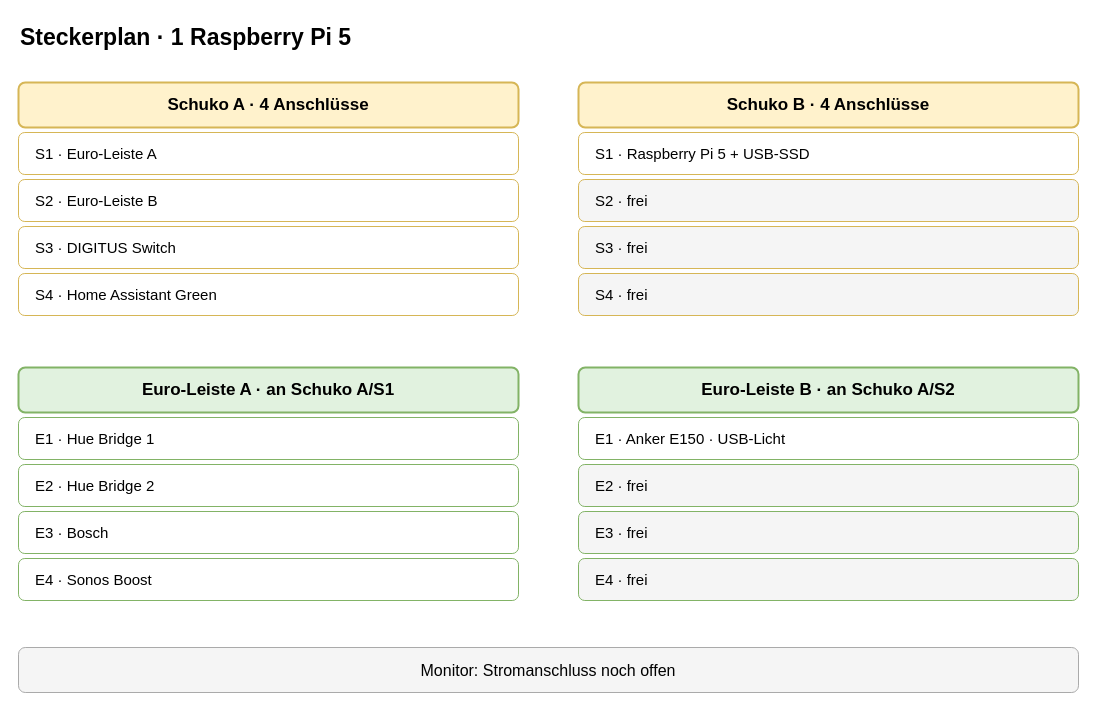
The draw.io diagram page "Steckerplan" (8 of 8) of 10-zoll-rack-planung.drawio in tiptronic/diagrams, before the edit. Source tidied: cells renumbered, new cells numbered last; positions are measured from the earlier drawing's top-left corner, leaving out a move shared by most shapes. Both pictures are drawn from the tidied source at 100%, with x=0, y=0 at pixel (18, 17).
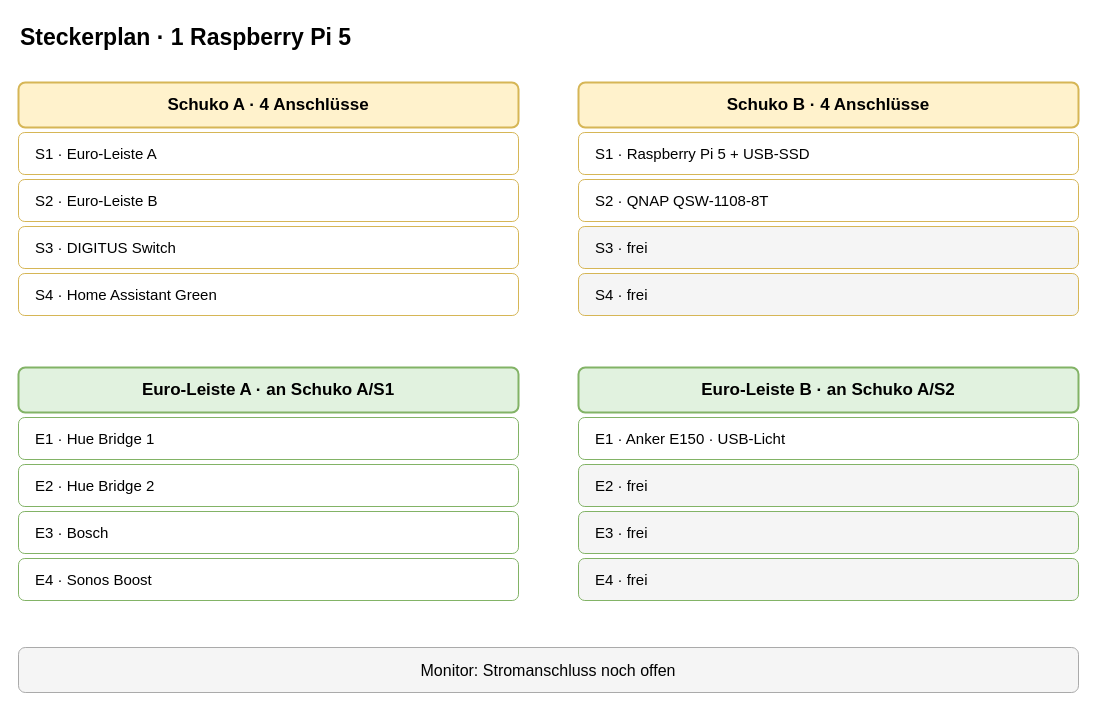
The same page after the edit.

Commit message (it also covers changes not shown here):
Add QNAP switch rack variant

Change to the diagram source:
```diff
@@
-    <mxCell id="10" value="S2 · frei" style="rounded=1;whiteSpace=wrap;html=1;align=left;spacingLeft=15;verticalAlign=middle;strokeWidth=1;fontSize=15;fillColor=#f5f5f5;strokeColor=#d6b656;" parent="1" vertex="1">
+    <mxCell id="10" value="S2 · QNAP QSW-1108-8T" style="rounded=1;whiteSpace=wrap;html=1;align=left;spacingLeft=15;verticalAlign=middle;strokeWidth=1;fontSize=15;fillColor=#ffffff;strokeColor=#d6b656;" parent="1" vertex="1">
       <mxGeometry x="560" y="162" width="500" height="42" as="geometry" />
     </mxCell>
```
